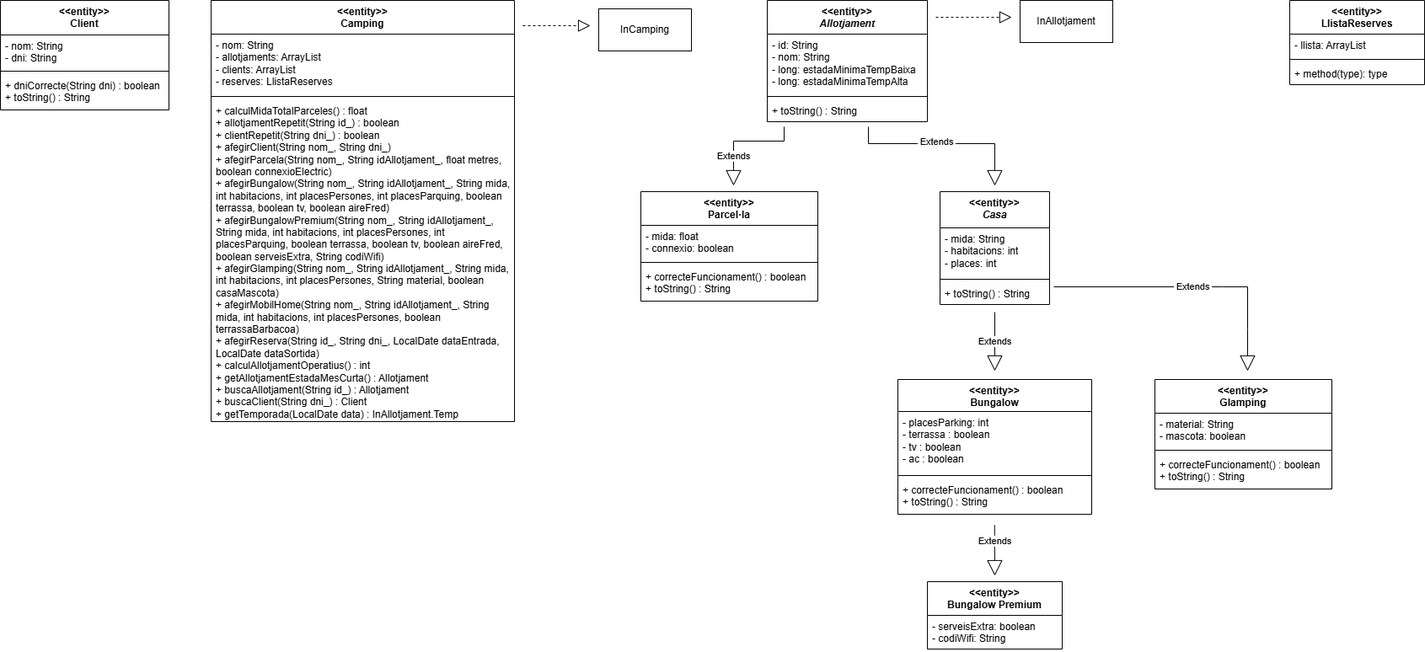
The draw.io diagram Practica1.png in martimiro/Prog-II, before a commit. Source tidied: cells renumbered, new cells last; positions are measured from the earlier drawing's top-left corner, leaving out a move shared by most shapes.
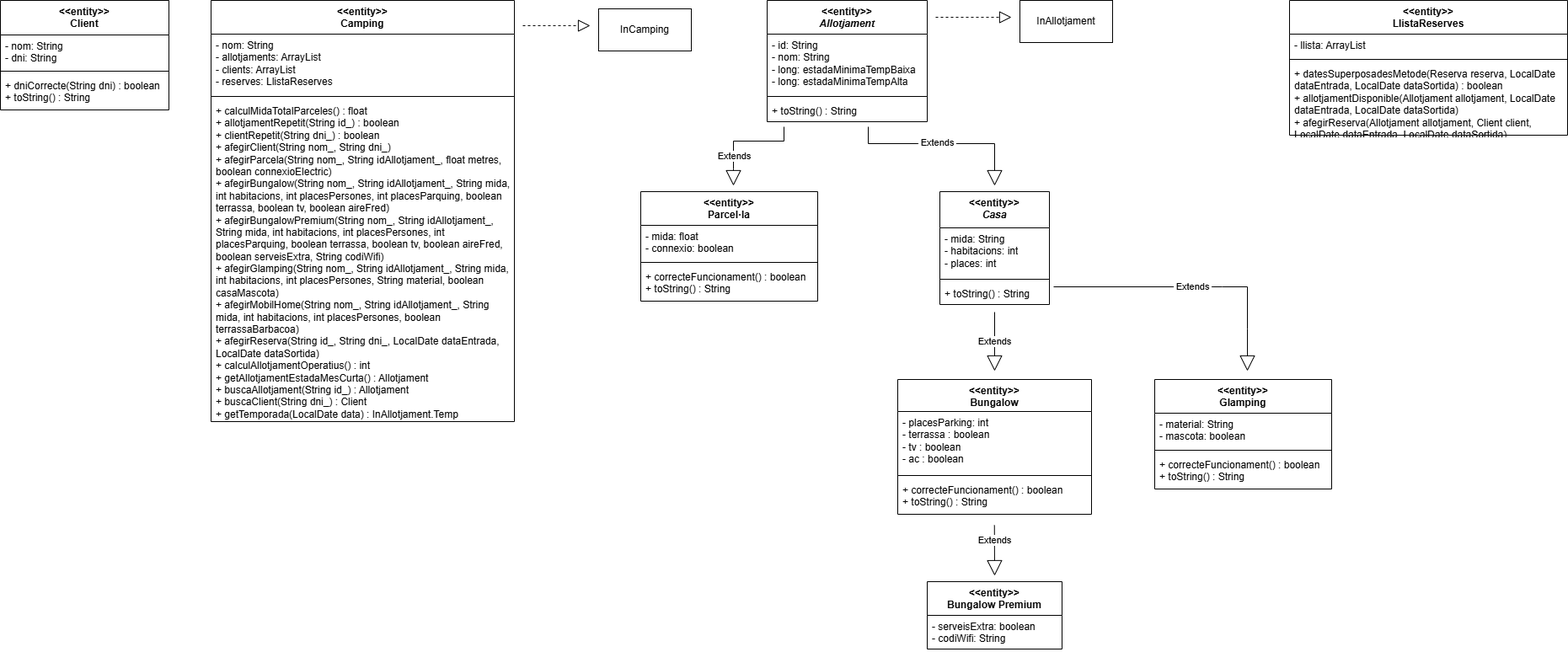
The same diagram one commit later.

Change to the diagram source:
```diff
@@ -158,16 +158,16 @@
       <mxGeometry y="88" width="210" height="42" as="geometry" />
     </mxCell>
     <mxCell id="43" value="&lt;div&gt;&amp;lt;&amp;lt;entity&amp;gt;&amp;gt;&lt;/div&gt;LlistaReserves" style="swimlane;fontStyle=1;align=center;verticalAlign=top;horizontal=1;startSize=40;whiteSpace=wrap;html=1;" parent="1" vertex="1">
-      <mxGeometry x="1530" width="160" height="100" as="geometry" />
+      <mxGeometry x="1530" width="330" height="160" as="geometry" />
     </mxCell>
     <mxCell id="44" value="- llista: ArrayList" style="text;strokeColor=none;fillColor=none;align=left;verticalAlign=top;spacingLeft=4;spacingRight=4;overflow=hidden;whiteSpace=wrap;html=1;" parent="43" vertex="1">
-      <mxGeometry y="40" width="160" height="26" as="geometry" />
+      <mxGeometry y="40" width="330" height="26" as="geometry" />
     </mxCell>
     <mxCell id="45" style="line;strokeWidth=1;fillColor=none;align=left;verticalAlign=middle;spacingTop=-1;spacingLeft=3;spacingRight=3;labelPosition=right;strokeColor=inherit;" parent="43" vertex="1">
-      <mxGeometry y="66" width="160" height="8" as="geometry" />
+      <mxGeometry y="66" width="330" height="8" as="geometry" />
     </mxCell>
-    <mxCell id="46" value="+ method(type): type" style="text;strokeColor=none;fillColor=none;align=left;verticalAlign=top;spacingLeft=4;spacingRight=4;overflow=hidden;whiteSpace=wrap;html=1;" parent="43" vertex="1">
-      <mxGeometry y="74" width="160" height="26" as="geometry" />
+    <mxCell id="46" value="+&amp;nbsp;datesSuperposadesMetode(Reserva reserva, LocalDate dataEntrada, LocalDate dataSortida) : boolean&lt;div&gt;+&amp;nbsp;allotjamentDisponible(Allotjament allotjament, LocalDate dataEntrada, LocalDate dataSortida)&lt;/div&gt;&lt;div&gt;+ afegirReserva(Allotjament allotjament, Client client, LocalDate dataEntrada, LocalDate dataSortida)&lt;/div&gt;" style="text;strokeColor=none;fillColor=none;align=left;verticalAlign=top;spacingLeft=4;spacingRight=4;overflow=hidden;whiteSpace=wrap;html=1;" parent="43" vertex="1">
+      <mxGeometry y="74" width="330" height="86" as="geometry" />
     </mxCell>
     <mxCell id="47" style="endArrow=block;dashed=1;endFill=0;endSize=12;html=1;rounded=0;" parent="1" edge="1">
       <mxGeometry relative="1" as="geometry">
```
